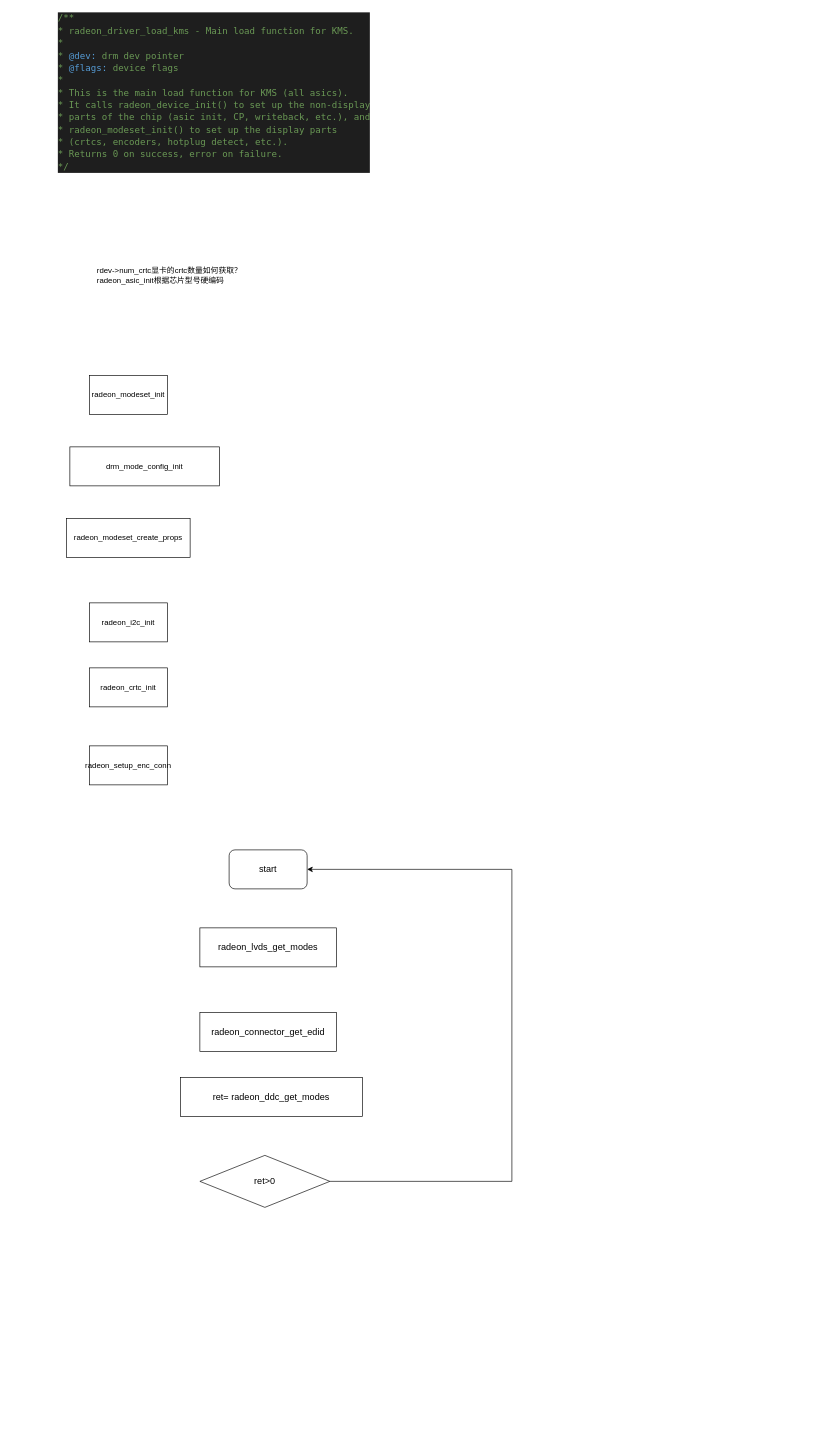
Before: radeon init.drawio in hongaoo/draw-io-files, a draw.io diagram. Source tidied: cells renumbered, new cells numbered last; positions are measured from the earlier drawing's top-left corner, leaving out a move shared by most shapes. Both pictures are drawn from the tidied source at 65%, with x=0, y=0 at pixel (57, 11).
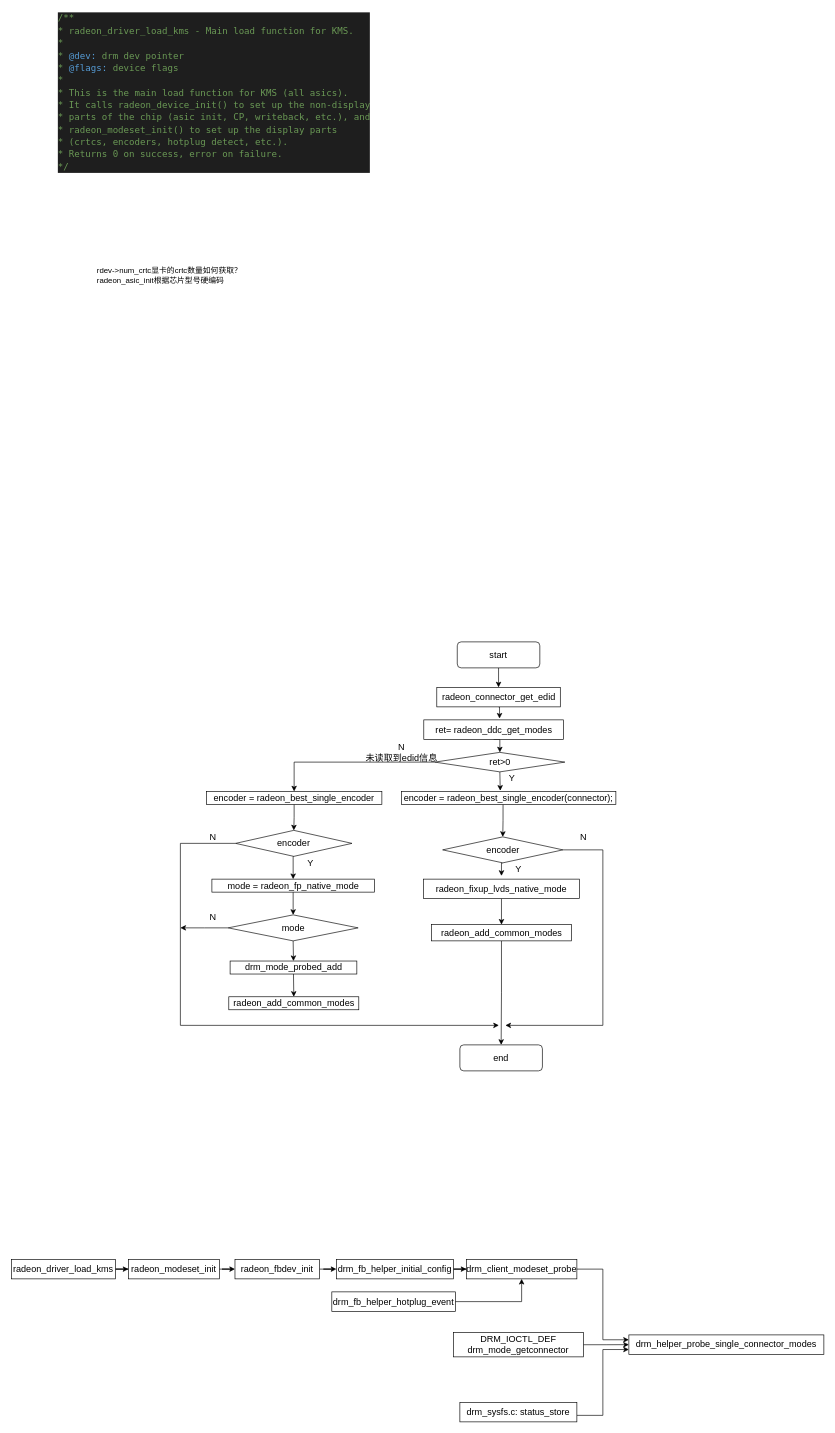
After the change.

Change to the diagram source:
```diff
@@
+    <mxCell id="16" style="edgeStyle=orthogonalEdgeStyle;rounded=0;jettySize=auto;html=1;exitX=0.5;exitY=1;exitDx=0;exitDy=0;entryX=0.542;entryY=-0.067;entryDx=0;entryDy=0;entryPerimeter=0;fontSize=14;" parent="1" edge="1" source="11" target="14">
+      <mxGeometry relative="1" as="geometry" />
+    </mxCell>
+    <mxCell id="11" value="radeon_connector_get_edid" style="whiteSpace=wrap;html=1;fontSize=14;" parent="1" vertex="1">
+      <mxGeometry x="584.5" y="1040" width="190" height="30" as="geometry" />
+    </mxCell>
+    <mxCell id="17" style="edgeStyle=orthogonalEdgeStyle;rounded=0;jettySize=auto;html=1;entryX=0.5;entryY=0;entryDx=0;entryDy=0;fontSize=14;" parent="1" edge="1" source="13" target="49">
+      <mxGeometry relative="1" as="geometry" />
+    </mxCell>
+    <mxCell id="18" style="edgeStyle=orthogonalEdgeStyle;rounded=0;jettySize=auto;html=1;exitX=0.5;exitY=1;exitDx=0;exitDy=0;entryX=0.461;entryY=-0.05;entryDx=0;entryDy=0;entryPerimeter=0;fontSize=14;" parent="1" edge="1" source="13" target="38">
+      <mxGeometry relative="1" as="geometry" />
+    </mxCell>
+    <mxCell id="13" value="ret&amp;gt;0" style="rhombus;whiteSpace=wrap;html=1;fontSize=14;" parent="1" vertex="1">
+      <mxGeometry x="581.5" y="1140" width="200" height="30" as="geometry" />
+    </mxCell>
+    <mxCell id="19" style="edgeStyle=orthogonalEdgeStyle;rounded=0;jettySize=auto;html=1;exitX=0.5;exitY=1;exitDx=0;exitDy=0;entryX=0.5;entryY=0;entryDx=0;entryDy=0;fontSize=14;" parent="1" edge="1" source="14" target="13">
+      <mxGeometry relative="1" as="geometry" />
+    </mxCell>
+    <mxCell id="14" value="ret= radeon_ddc_get_modes" style="whiteSpace=wrap;html=1;fontSize=14;" parent="1" vertex="1">
+      <mxGeometry x="564.5" y="1090" width="215" height="30" as="geometry" />
+    </mxCell>
+    <mxCell id="20" style="edgeStyle=orthogonalEdgeStyle;rounded=0;jettySize=auto;html=1;exitX=0.5;exitY=1;exitDx=0;exitDy=0;entryX=0.5;entryY=0;entryDx=0;entryDy=0;fontSize=14;" parent="1" edge="1" source="15" target="11">
+      <mxGeometry relative="1" as="geometry" />
+    </mxCell>
+    <mxCell id="15" value="start" style="rounded=1;whiteSpace=wrap;html=1;fontSize=14;" parent="1" vertex="1">
+      <mxGeometry x="616" y="970" width="127" height="40" as="geometry" />
+    </mxCell>
+    <mxCell id="21" style="edgeStyle=orthogonalEdgeStyle;rounded=0;jettySize=auto;html=1;fontSize=14;" parent="1" edge="1" source="22" target="24">
+      <mxGeometry relative="1" as="geometry" />
+    </mxCell>
+    <mxCell id="22" value="drm_fb_helper_initial_config" style="whiteSpace=wrap;html=1;fontSize=14;" parent="1" vertex="1">
+      <mxGeometry x="430" y="1920" width="180" height="30" as="geometry" />
+    </mxCell>
+    <mxCell id="23" style="edgeStyle=orthogonalEdgeStyle;rounded=0;jettySize=auto;html=1;entryX=0;entryY=0.25;entryDx=0;entryDy=0;fontSize=14;" parent="1" edge="1" source="24" target="25">
+      <mxGeometry relative="1" as="geometry" />
+    </mxCell>
+    <mxCell id="24" value="drm_client_modeset_probe" style="whiteSpace=wrap;html=1;fontSize=14;" parent="1" vertex="1">
+      <mxGeometry x="630" y="1920" width="170" height="30" as="geometry" />
+    </mxCell>
+    <mxCell id="25" value="drm_helper_probe_single_connector_modes" style="whiteSpace=wrap;html=1;fontSize=14;" parent="1" vertex="1">
+      <mxGeometry x="880" y="2036.2" width="300" height="30" as="geometry" />
+    </mxCell>
+    <mxCell id="26" style="edgeStyle=orthogonalEdgeStyle;rounded=0;jettySize=auto;html=1;fontSize=14;" parent="1" edge="1" source="27" target="4">
+      <mxGeometry relative="1" as="geometry" />
+    </mxCell>
+    <mxCell id="27" value="radeon_driver_load_kms" style="whiteSpace=wrap;html=1;fontSize=14;" parent="1" vertex="1">
+      <mxGeometry x="-70" y="1920" width="160" height="30" as="geometry" />
+    </mxCell>
+    <mxCell id="28" style="edgeStyle=orthogonalEdgeStyle;rounded=0;jettySize=auto;html=1;fontSize=14;" parent="1" edge="1" source="4" target="30">
+      <mxGeometry relative="1" as="geometry" />
+    </mxCell>
-    <mxCell id="4" value="radeon_modeset_init" style="whiteSpace=wrap;html=1;" parent="1" vertex="1">
-      <mxGeometry x="50" y="560" width="120" height="60" as="geometry" />
+    <mxCell id="4" value="radeon_modeset_init" style="whiteSpace=wrap;html=1;fontSize=14;" parent="1" vertex="1">
+      <mxGeometry x="110" y="1920" width="140" height="30" as="geometry" />
     </mxCell>
-    <mxCell id="5" value="drm_mode_config_init" style="whiteSpace=wrap;html=1;" parent="1" vertex="1">
-      <mxGeometry x="20" y="670" width="230" height="60" as="geometry" />
-    </mxCell>
-    <mxCell id="6" value="radeon_modeset_create_props" style="whiteSpace=wrap;html=1;" parent="1" vertex="1">
-      <mxGeometry x="15" y="780" width="190" height="60" as="geometry" />
-    </mxCell>
-    <mxCell id="7" value="radeon_i2c_init" style="whiteSpace=wrap;html=1;" parent="1" vertex="1">
-      <mxGeometry x="50" y="910" width="120" height="60" as="geometry" />
-    </mxCell>
-    <mxCell id="8" value="radeon_crtc_init" style="whiteSpace=wrap;html=1;" parent="1" vertex="1">
-      <mxGeometry x="50" y="1010" width="120" height="60" as="geometry" />
-    </mxCell>
-    <mxCell id="9" value="radeon_setup_enc_conn" style="whiteSpace=wrap;html=1;" parent="1" vertex="1">
-      <mxGeometry x="50" y="1130" width="120" height="60" as="geometry" />
-    </mxCell>
-    <mxCell id="10" value="&lt;font style=&quot;font-size: 14px;&quot;&gt;radeon_lvds_get_modes&lt;/font&gt;" style="whiteSpace=wrap;html=1;" parent="1" vertex="1">
-      <mxGeometry x="220" y="1410" width="210" height="60" as="geometry" />
-    </mxCell>
-    <mxCell id="11" value="radeon_connector_get_edid" style="whiteSpace=wrap;html=1;fontSize=14;" parent="1" vertex="1">
-      <mxGeometry x="220" y="1540" width="210" height="60" as="geometry" />
-    </mxCell>
-    <mxCell id="12" style="edgeStyle=orthogonalEdgeStyle;rounded=0;jettySize=auto;html=1;entryX=1;entryY=0.5;entryDx=0;entryDy=0;fontSize=14;" parent="1" edge="1" source="13" target="15">
-      <mxGeometry relative="1" as="geometry">
-        <Array as="points">
-          <mxPoint x="700" y="1800" />
-          <mxPoint x="700" y="1320" />
-        </Array>
-      </mxGeometry>
-    </mxCell>
-    <mxCell id="13" value="ret&amp;gt;0" style="rhombus;whiteSpace=wrap;html=1;fontSize=14;" parent="1" vertex="1">
-      <mxGeometry x="220" y="1760" width="200" height="80" as="geometry" />
-    </mxCell>
-    <mxCell id="14" value="ret= radeon_ddc_get_modes" style="whiteSpace=wrap;html=1;fontSize=14;" parent="1" vertex="1">
-      <mxGeometry x="190" y="1640" width="280" height="60" as="geometry" />
-    </mxCell>
-    <mxCell id="15" value="start" style="rounded=1;whiteSpace=wrap;html=1;fontSize=14;" parent="1" vertex="1">
-      <mxGeometry x="265" y="1290" width="120" height="60" as="geometry" />
-    </mxCell>
+    <mxCell id="29" style="edgeStyle=orthogonalEdgeStyle;rounded=0;jettySize=auto;html=1;fontSize=14;" parent="1" edge="1" source="30" target="22">
+      <mxGeometry relative="1" as="geometry" />
+    </mxCell>
+    <mxCell id="30" value="radeon_fbdev_init" style="whiteSpace=wrap;html=1;fontSize=14;" parent="1" vertex="1">
+      <mxGeometry x="274" y="1920" width="130" height="30" as="geometry" />
+    </mxCell>
+    <mxCell id="31" style="edgeStyle=orthogonalEdgeStyle;rounded=0;jettySize=auto;html=1;entryX=0;entryY=0.5;entryDx=0;entryDy=0;fontSize=14;" parent="1" edge="1" source="32" target="25">
+      <mxGeometry relative="1" as="geometry" />
+    </mxCell>
+    <mxCell id="32" value="DRM_IOCTL_DEF&lt;br&gt;drm_mode_getconnector" style="whiteSpace=wrap;html=1;fontSize=14;" parent="1" vertex="1">
+      <mxGeometry x="610" y="2032.5" width="200" height="37.5" as="geometry" />
+    </mxCell>
+    <mxCell id="33" style="edgeStyle=orthogonalEdgeStyle;rounded=0;jettySize=auto;html=1;entryX=0.5;entryY=1;entryDx=0;entryDy=0;fontSize=14;" parent="1" edge="1" source="34" target="24">
+      <mxGeometry relative="1" as="geometry" />
+    </mxCell>
+    <mxCell id="34" value="drm_fb_helper_hotplug_event" style="whiteSpace=wrap;html=1;fontSize=14;" parent="1" vertex="1">
+      <mxGeometry x="423" y="1970" width="190" height="30" as="geometry" />
+    </mxCell>
+    <mxCell id="35" style="edgeStyle=orthogonalEdgeStyle;rounded=0;jettySize=auto;html=1;entryX=0;entryY=0.75;entryDx=0;entryDy=0;fontSize=14;" parent="1" edge="1" source="36" target="25">
+      <mxGeometry relative="1" as="geometry">
+        <Array as="points">
+          <mxPoint x="840" y="2160" />
+          <mxPoint x="840" y="2059" />
+        </Array>
+      </mxGeometry>
+    </mxCell>
+    <mxCell id="36" value="drm_sysfs.c: status_store" style="whiteSpace=wrap;html=1;fontSize=14;" parent="1" vertex="1">
+      <mxGeometry x="620" y="2140" width="180" height="30" as="geometry" />
+    </mxCell>
+    <mxCell id="37" style="edgeStyle=orthogonalEdgeStyle;rounded=0;jettySize=auto;html=1;exitX=0.474;exitY=1;exitDx=0;exitDy=0;entryX=0.5;entryY=0;entryDx=0;entryDy=0;fontSize=14;exitPerimeter=0;" parent="1" edge="1" source="38" target="41">
+      <mxGeometry relative="1" as="geometry" />
+    </mxCell>
+    <mxCell id="38" value="encoder = radeon_best_single_encoder(connector);" style="whiteSpace=wrap;html=1;fontSize=14;" parent="1" vertex="1">
+      <mxGeometry x="530" y="1200" width="330" height="20" as="geometry" />
+    </mxCell>
+    <mxCell id="39" style="edgeStyle=orthogonalEdgeStyle;rounded=0;jettySize=auto;html=1;exitX=0.5;exitY=1;exitDx=0;exitDy=0;fontSize=14;" parent="1" edge="1" source="41">
+      <mxGeometry relative="1" as="geometry">
+        <mxPoint x="684" y="1330" as="targetPoint" />
+      </mxGeometry>
+    </mxCell>
+    <mxCell id="40" style="edgeStyle=orthogonalEdgeStyle;rounded=0;jettySize=auto;html=1;exitX=1;exitY=0.5;exitDx=0;exitDy=0;fontSize=14;" parent="1" edge="1" source="41">
+      <mxGeometry relative="1" as="geometry">
+        <mxPoint x="690" y="1560" as="targetPoint" />
+        <Array as="points">
+          <mxPoint x="840" y="1290" />
+          <mxPoint x="840" y="1560" />
+        </Array>
+      </mxGeometry>
+    </mxCell>
+    <mxCell id="41" value="encoder" style="rhombus;whiteSpace=wrap;html=1;fontSize=14;" parent="1" vertex="1">
+      <mxGeometry x="593.5" y="1270" width="185" height="40" as="geometry" />
+    </mxCell>
+    <mxCell id="42" style="edgeStyle=orthogonalEdgeStyle;rounded=0;jettySize=auto;html=1;exitX=0.5;exitY=1;exitDx=0;exitDy=0;fontSize=14;" parent="1" edge="1" source="43" target="45">
+      <mxGeometry relative="1" as="geometry" />
+    </mxCell>
+    <mxCell id="43" value="radeon_fixup_lvds_native_mode" style="whiteSpace=wrap;html=1;fontSize=14;" parent="1" vertex="1">
+      <mxGeometry x="564" y="1335" width="240" height="30" as="geometry" />
+    </mxCell>
+    <mxCell id="44" style="edgeStyle=orthogonalEdgeStyle;rounded=0;jettySize=auto;html=1;entryX=0.5;entryY=0;entryDx=0;entryDy=0;fontSize=14;" parent="1" edge="1" source="45" target="59">
+      <mxGeometry relative="1" as="geometry" />
+    </mxCell>
+    <mxCell id="45" value="radeon_add_common_modes" style="whiteSpace=wrap;html=1;fontSize=14;" parent="1" vertex="1">
+      <mxGeometry x="576.5" y="1405" width="215" height="25" as="geometry" />
+    </mxCell>
+    <mxCell id="46" style="edgeStyle=orthogonalEdgeStyle;rounded=0;jettySize=auto;html=1;exitX=0.5;exitY=1;exitDx=0;exitDy=0;entryX=0.5;entryY=0;entryDx=0;entryDy=0;fontSize=14;" parent="1" edge="1" source="47" target="52">
+      <mxGeometry relative="1" as="geometry" />
+    </mxCell>
+    <mxCell id="47" value="mode =&amp;nbsp;radeon_fp_native_mode" style="whiteSpace=wrap;html=1;fontSize=14;" parent="1" vertex="1">
+      <mxGeometry x="238.5" y="1335" width="250" height="20" as="geometry" />
+    </mxCell>
+    <mxCell id="48" style="edgeStyle=orthogonalEdgeStyle;rounded=0;jettySize=auto;html=1;entryX=0.5;entryY=0;entryDx=0;entryDy=0;fontSize=14;" parent="1" edge="1" source="49" target="58">
+      <mxGeometry relative="1" as="geometry" />
+    </mxCell>
+    <mxCell id="49" value="encoder = radeon_best_single_encoder" style="whiteSpace=wrap;html=1;fontSize=14;" parent="1" vertex="1">
+      <mxGeometry x="230" y="1200" width="270" height="20" as="geometry" />
+    </mxCell>
+    <mxCell id="50" style="edgeStyle=orthogonalEdgeStyle;rounded=0;jettySize=auto;html=1;exitX=0.5;exitY=1;exitDx=0;exitDy=0;entryX=0.5;entryY=0;entryDx=0;entryDy=0;fontSize=14;" parent="1" edge="1" source="52" target="54">
+      <mxGeometry relative="1" as="geometry" />
+    </mxCell>
+    <mxCell id="51" style="edgeStyle=orthogonalEdgeStyle;rounded=0;jettySize=auto;html=1;exitX=0;exitY=0.5;exitDx=0;exitDy=0;fontSize=14;" parent="1" edge="1" source="52">
+      <mxGeometry relative="1" as="geometry">
+        <mxPoint x="190" y="1410" as="targetPoint" />
+      </mxGeometry>
+    </mxCell>
+    <mxCell id="52" value="mode" style="rhombus;whiteSpace=wrap;html=1;fontSize=14;" parent="1" vertex="1">
+      <mxGeometry x="263.5" y="1390" width="200" height="40" as="geometry" />
+    </mxCell>
+    <mxCell id="53" style="edgeStyle=orthogonalEdgeStyle;rounded=0;jettySize=auto;html=1;exitX=0.5;exitY=1;exitDx=0;exitDy=0;entryX=0.5;entryY=0;entryDx=0;entryDy=0;fontSize=14;" parent="1" edge="1" source="54" target="55">
+      <mxGeometry relative="1" as="geometry" />
+    </mxCell>
+    <mxCell id="54" value="drm_mode_probed_add" style="whiteSpace=wrap;html=1;fontSize=14;" parent="1" vertex="1">
+      <mxGeometry x="266.5" y="1461" width="195" height="20" as="geometry" />
+    </mxCell>
+    <mxCell id="55" value="radeon_add_common_modes" style="whiteSpace=wrap;html=1;fontSize=14;" parent="1" vertex="1">
+      <mxGeometry x="264.5" y="1516" width="200" height="20" as="geometry" />
+    </mxCell>
+    <mxCell id="56" style="edgeStyle=orthogonalEdgeStyle;rounded=0;jettySize=auto;html=1;exitX=0.5;exitY=1;exitDx=0;exitDy=0;entryX=0.5;entryY=0;entryDx=0;entryDy=0;fontSize=14;" parent="1" edge="1" source="58" target="47">
+      <mxGeometry relative="1" as="geometry" />
+    </mxCell>
+    <mxCell id="57" style="edgeStyle=orthogonalEdgeStyle;rounded=0;jettySize=auto;html=1;exitX=0;exitY=0.5;exitDx=0;exitDy=0;fontSize=14;" parent="1" edge="1" source="58">
+      <mxGeometry relative="1" as="geometry">
+        <mxPoint x="680" y="1560" as="targetPoint" />
+        <Array as="points">
+          <mxPoint x="190" y="1280" />
+          <mxPoint x="190" y="1560" />
+        </Array>
+      </mxGeometry>
+    </mxCell>
+    <mxCell id="58" value="encoder" style="rhombus;whiteSpace=wrap;html=1;fontSize=14;" parent="1" vertex="1">
+      <mxGeometry x="275" y="1260" width="179" height="40" as="geometry" />
+    </mxCell>
+    <mxCell id="59" value="end" style="rounded=1;whiteSpace=wrap;html=1;fontSize=14;" parent="1" vertex="1">
+      <mxGeometry x="620" y="1590" width="127" height="40" as="geometry" />
+    </mxCell>
+    <mxCell id="60" value="Y" style="text;html=1;align=center;verticalAlign=middle;strokeColor=none;fillColor=none;fontSize=14;" parent="1" vertex="1">
+      <mxGeometry x="685" y="1165" width="30" height="30" as="geometry" />
+    </mxCell>
+    <mxCell id="61" value="N&lt;br&gt;未读取到edid信息" style="text;html=1;align=center;verticalAlign=middle;strokeColor=none;fillColor=none;fontSize=14;" parent="1" vertex="1">
+      <mxGeometry x="465" y="1115" width="130" height="50" as="geometry" />
+    </mxCell>
+    <mxCell id="62" value="Y" style="text;html=1;align=center;verticalAlign=middle;strokeColor=none;fillColor=none;fontSize=14;" parent="1" vertex="1">
+      <mxGeometry x="375" y="1295" width="30" height="30" as="geometry" />
+    </mxCell>
+    <mxCell id="63" value="Y" style="text;html=1;align=center;verticalAlign=middle;strokeColor=none;fillColor=none;fontSize=14;" parent="1" vertex="1">
+      <mxGeometry x="695" y="1305" width="30" height="30" as="geometry" />
+    </mxCell>
+    <mxCell id="64" value="N" style="text;html=1;align=center;verticalAlign=middle;strokeColor=none;fillColor=none;fontSize=14;" parent="1" vertex="1">
+      <mxGeometry x="795" y="1255" width="30" height="30" as="geometry" />
+    </mxCell>
+    <mxCell id="65" value="N" style="text;html=1;align=center;verticalAlign=middle;strokeColor=none;fillColor=none;fontSize=14;" parent="1" vertex="1">
+      <mxGeometry x="225" y="1255" width="30" height="30" as="geometry" />
+    </mxCell>
+    <mxCell id="66" value="N" style="text;html=1;align=center;verticalAlign=middle;strokeColor=none;fillColor=none;fontSize=14;" parent="1" vertex="1">
+      <mxGeometry x="225" y="1378" width="30" height="30" as="geometry" />
+    </mxCell>
```
